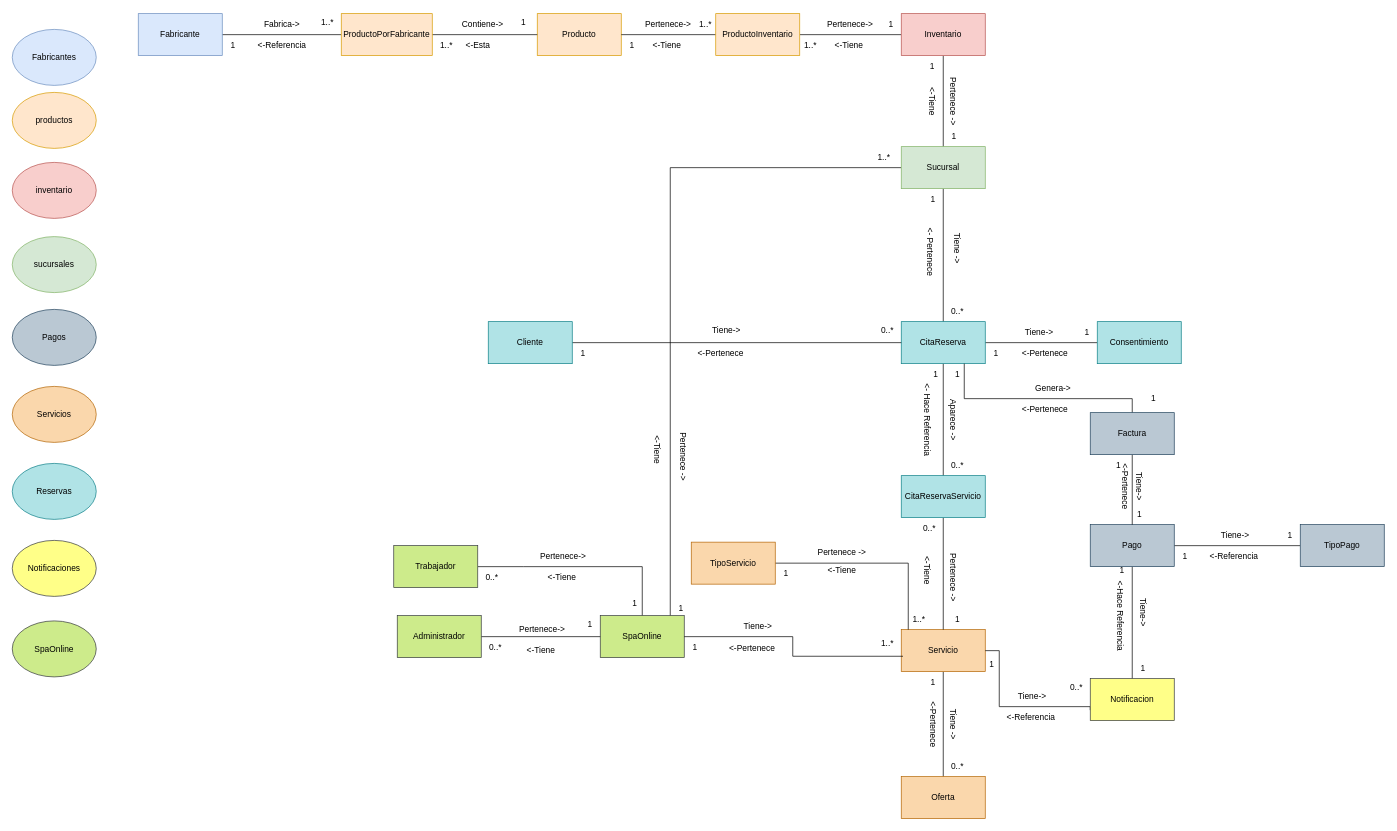
This is page "3.ModeloDominioCompleto" (3 of 12) of SpaOnline/ModeloDominioSpa.drawio from cristianospina/DOO, a draw.io file, before an edit. Source tidied: cells renumbered, new cells numbered last; positions are measured from the earlier drawing's top-left corner, leaving out a move shared by most shapes. Both pictures are drawn from the tidied source at 70%, with x=0, y=0 at pixel (12, 12).
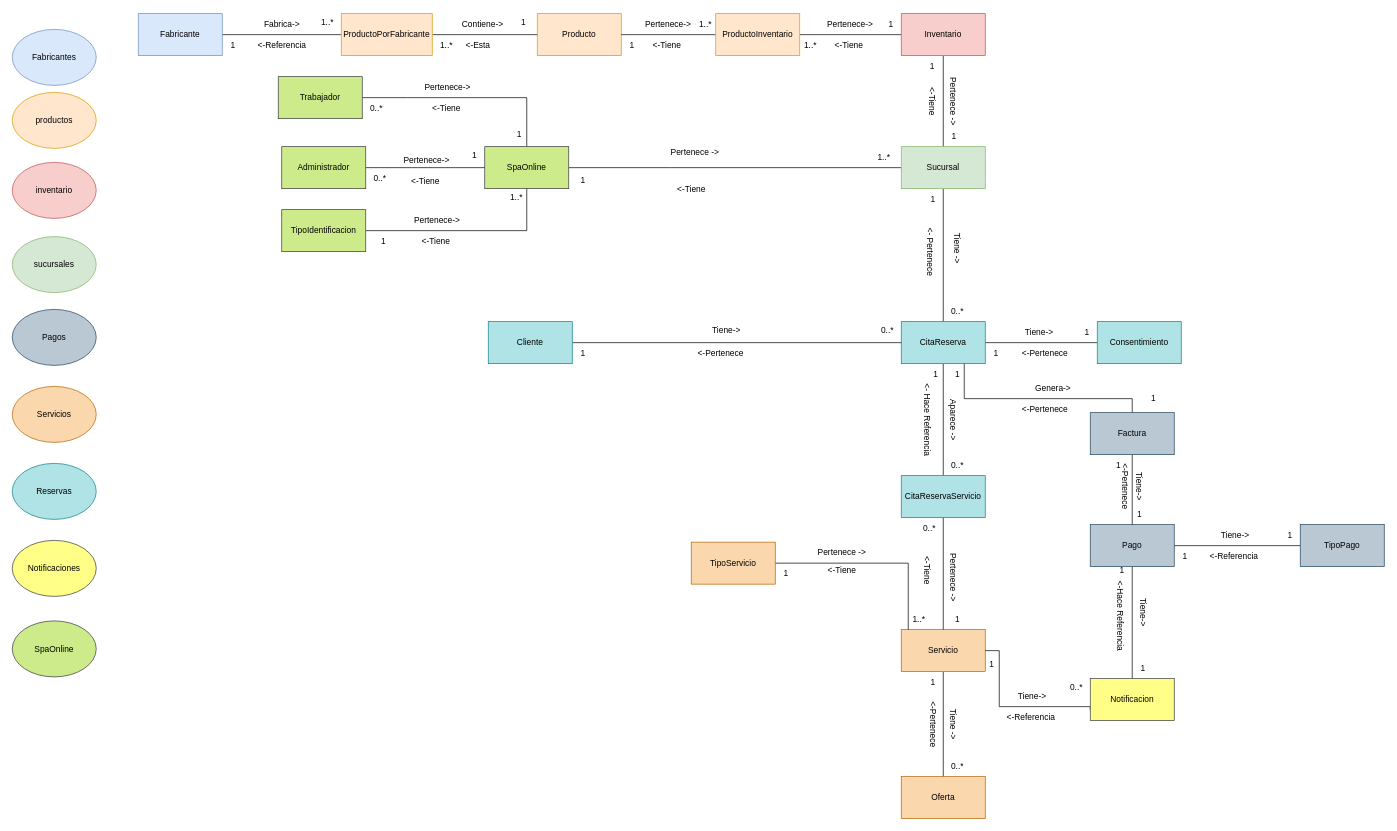
After the change.

The change refers to these unchanged cells:
```xml
<mxCell id="4" value="Servicio" style="rounded=0;whiteSpace=wrap;html=1;fillColor=#fad7ac;strokeColor=#b46504;" parent="1" vertex="1">
  <mxGeometry x="1270" y="882" width="120" height="60" as="geometry" />
</mxCell>
```

Change to the diagram source:
```diff
@@
     <mxCell id="16" style="edgeStyle=orthogonalEdgeStyle;rounded=0;jettySize=auto;html=1;endArrow=none;endFill=0;fillColor=none;" parent="1" edge="1" source="17" target="72">
       <mxGeometry relative="1" as="geometry">
         <Array as="points">
-          <mxPoint x="900" y="792" />
-          <mxPoint x="730" y="792" />
+          <mxPoint x="735" y="122" />
+          <mxPoint x="565" y="122" />
         </Array>
       </mxGeometry>
     </mxCell>
     <mxCell id="17" value="SpaOnline" style="rounded=0;whiteSpace=wrap;html=1;fillColor=#cdeb8b;strokeColor=#36393d;" parent="1" vertex="1">
-      <mxGeometry x="840" y="862" width="120" height="60" as="geometry" />
+      <mxGeometry x="675" y="192" width="120" height="60" as="geometry" />
     </mxCell>
-    <mxCell id="18" value="1..*&lt;br&gt;" style="text;html=1;align=center;verticalAlign=middle;fillColor=none;" parent="1" vertex="1">
-      <mxGeometry x="1230" y="887" width="40" height="30" as="geometry" />
-    </mxCell>
@@
     <mxCell id="72" value="Trabajador" style="rounded=0;whiteSpace=wrap;html=1;fillColor=#cdeb8b;strokeColor=#36393d;" parent="1" vertex="1">
-      <mxGeometry x="545" y="762" width="120" height="60" as="geometry" />
+      <mxGeometry x="380" y="92" width="120" height="60" as="geometry" />
     </mxCell>
@@
     <mxCell id="76" value="Administrador" style="rounded=0;whiteSpace=wrap;html=1;fillColor=#cdeb8b;strokeColor=#36393d;" parent="1" vertex="1">
-      <mxGeometry x="550" y="862" width="120" height="60" as="geometry" />
+      <mxGeometry x="385" y="192" width="120" height="60" as="geometry" />
     </mxCell>
@@
     <mxCell id="89" value="0..*" style="text;html=1;align=center;verticalAlign=middle;fillColor=none;" parent="1" vertex="1">
-      <mxGeometry x="665" y="792" width="40" height="30" as="geometry" />
+      <mxGeometry x="500" y="122" width="40" height="30" as="geometry" />
     </mxCell>
@@
-    <mxCell id="94" value="&lt;br&gt;&amp;lt;-Tiene" style="text;html=1;align=center;verticalAlign=middle;rotation=90;fillColor=none;" parent="1" vertex="1">
-      <mxGeometry x="900" y="604.5" width="60" height="40" as="geometry" />
+    <mxCell id="94" value="&lt;br&gt;&amp;lt;-Tiene" style="text;html=1;align=center;verticalAlign=middle;rotation=0;fillColor=none;" parent="1" vertex="1">
+      <mxGeometry x="940" y="225" width="60" height="40" as="geometry" />
     </mxCell>
-    <mxCell id="95" value="Pertenece -&amp;gt;" style="text;html=1;align=center;verticalAlign=middle;rotation=90;fillColor=none;" parent="1" vertex="1">
-      <mxGeometry x="914" y="619.5" width="90" height="30" as="geometry" />
+    <mxCell id="95" value="Pertenece -&amp;gt;" style="text;html=1;align=center;verticalAlign=middle;rotation=0;fillColor=none;" parent="1" vertex="1">
+      <mxGeometry x="930" y="184.5" width="90" height="30" as="geometry" />
     </mxCell>
@@
     <mxCell id="97" value="1" style="text;html=1;align=center;verticalAlign=middle;fillColor=none;" parent="1" vertex="1">
-      <mxGeometry x="940" y="837" width="30" height="30" as="geometry" />
+      <mxGeometry x="800" y="225" width="30" height="30" as="geometry" />
     </mxCell>
     <mxCell id="98" value="1" style="text;html=1;align=center;verticalAlign=middle;fillColor=none;" parent="1" vertex="1">
-      <mxGeometry x="810" y="860" width="30" height="30" as="geometry" />
+      <mxGeometry x="645" y="190" width="30" height="30" as="geometry" />
     </mxCell>
     <mxCell id="99" value="&amp;nbsp;Pertenece-&amp;gt;" style="text;html=1;align=center;verticalAlign=middle;fillColor=none;" parent="1" vertex="1">
-      <mxGeometry x="710" y="867" width="90" height="30" as="geometry" />
+      <mxGeometry x="545" y="197" width="90" height="30" as="geometry" />
     </mxCell>
     <mxCell id="100" value="&amp;lt;-Tiene" style="text;html=1;align=center;verticalAlign=middle;fillColor=none;" parent="1" vertex="1">
-      <mxGeometry x="725" y="897" width="60" height="30" as="geometry" />
+      <mxGeometry x="560" y="227" width="60" height="30" as="geometry" />
     </mxCell>
     <mxCell id="101" value="0..*" style="text;html=1;align=center;verticalAlign=middle;fillColor=none;" parent="1" vertex="1">
-      <mxGeometry x="670" y="892" width="40" height="30" as="geometry" />
+      <mxGeometry x="505" y="222" width="40" height="30" as="geometry" />
     </mxCell>
     <mxCell id="102" value="&amp;nbsp;Pertenece-&amp;gt;" style="text;html=1;align=center;verticalAlign=middle;fillColor=none;" parent="1" vertex="1">
-      <mxGeometry x="740" y="762" width="90" height="30" as="geometry" />
+      <mxGeometry x="575" y="92" width="90" height="30" as="geometry" />
     </mxCell>
     <mxCell id="103" value="&amp;lt;-Tiene" style="text;html=1;align=center;verticalAlign=middle;fillColor=none;" parent="1" vertex="1">
-      <mxGeometry x="755" y="792" width="60" height="30" as="geometry" />
+      <mxGeometry x="590" y="122" width="60" height="30" as="geometry" />
     </mxCell>
     <mxCell id="104" value="1" style="text;html=1;align=center;verticalAlign=middle;fillColor=none;" parent="1" vertex="1">
-      <mxGeometry x="874" y="830" width="30" height="30" as="geometry" />
+      <mxGeometry x="709" y="160" width="30" height="30" as="geometry" />
     </mxCell>
@@
-    <mxCell id="126" style="edgeStyle=orthogonalEdgeStyle;rounded=0;jettySize=auto;html=1;entryX=0.021;entryY=0.634;entryDx=0;entryDy=0;entryPerimeter=0;endArrow=none;endFill=0;" parent="1" edge="1" source="17" target="4">
-      <mxGeometry relative="1" as="geometry" />
-    </mxCell>
-    <mxCell id="127" value="&amp;nbsp;&amp;lt;-Pertenece" style="text;html=1;align=center;verticalAlign=middle;fillColor=none;" parent="1" vertex="1">
-      <mxGeometry x="1010" y="894" width="90" height="30" as="geometry" />
-    </mxCell>
-    <mxCell id="128" value="Tiene-&amp;gt;" style="text;html=1;align=center;verticalAlign=middle;fillColor=none;" parent="1" vertex="1">
-      <mxGeometry x="1035" y="862" width="60" height="30" as="geometry" />
-    </mxCell>
-    <mxCell id="129" value="1" style="text;html=1;align=center;verticalAlign=middle;strokeColor=none;fillColor=none;" parent="1" vertex="1">
-      <mxGeometry x="960" y="892" width="30" height="30" as="geometry" />
-    </mxCell>
@@
+    <mxCell id="136" style="edgeStyle=orthogonalEdgeStyle;rounded=0;jettySize=auto;html=1;entryX=0.5;entryY=1;entryDx=0;entryDy=0;endArrow=none;endFill=0;" parent="1" edge="1" source="137" target="17">
+      <mxGeometry relative="1" as="geometry" />
+    </mxCell>
+    <mxCell id="137" value="TipoIdentificacion" style="rounded=0;whiteSpace=wrap;html=1;fillColor=#cdeb8b;strokeColor=#36393d;" parent="1" vertex="1">
+      <mxGeometry x="385" y="282" width="120" height="60" as="geometry" />
+    </mxCell>
+    <mxCell id="138" value="&amp;nbsp;Pertenece-&amp;gt;" style="text;html=1;align=center;verticalAlign=middle;fillColor=none;" parent="1" vertex="1">
+      <mxGeometry x="560" y="282" width="90" height="30" as="geometry" />
+    </mxCell>
+    <mxCell id="139" value="&amp;lt;-Tiene" style="text;html=1;align=center;verticalAlign=middle;fillColor=none;" parent="1" vertex="1">
+      <mxGeometry x="575" y="312" width="60" height="30" as="geometry" />
+    </mxCell>
+    <mxCell id="129" value="1" style="text;html=1;align=center;verticalAlign=middle;strokeColor=none;fillColor=none;" parent="1" vertex="1">
+      <mxGeometry x="515" y="312" width="30" height="30" as="geometry" />
+    </mxCell>
+    <mxCell id="18" value="1..*" style="text;html=1;align=center;verticalAlign=middle;strokeColor=none;fillColor=none;" parent="1" vertex="1">
+      <mxGeometry x="700" y="250" width="40" height="30" as="geometry" />
+    </mxCell>
```
